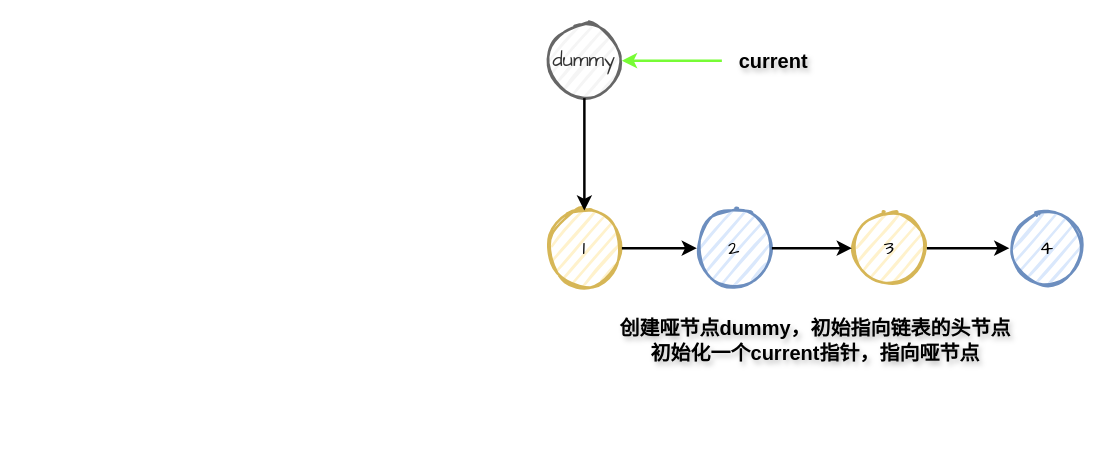
Before: page "Page-2" (2 of 3) of 24-swap-nodes-in-pairs.drawio in LuoSue/sscdn, a draw.io diagram. Source tidied: cells renumbered, new cells numbered last; positions are measured from the earlier drawing's top-left corner, leaving out a move shared by most shapes. Both pictures are drawn from the tidied source at 125%, with x=0, y=0 at pixel (546, 22).
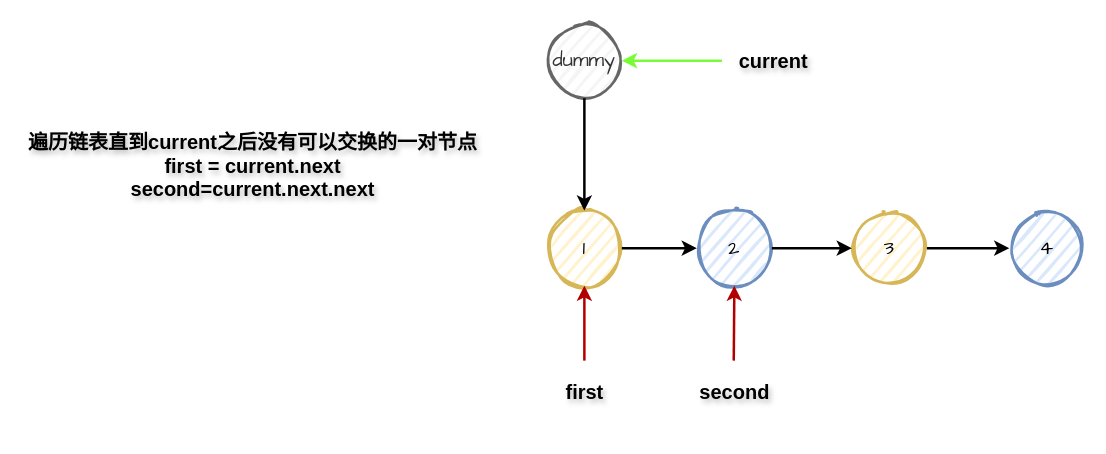
Above is the later version.

What changed in the source:
```diff
@@
 <mxGraphModel>
   <root>
     <mxCell id="0" />
     <mxCell id="1" parent="0" />
     <mxCell id="2" value="1" style="ellipse;whiteSpace=wrap;html=1;strokeWidth=2;fillWeight=2;hachureGap=8;fillColor=#fff2cc;fillStyle=dots;sketch=1;strokeColor=#d6b656;fontFamily=Comic Sans MS;fontSize=16;" parent="1" vertex="1">
       <mxGeometry y="150" width="60" height="60" as="geometry" />
     </mxCell>
     <mxCell id="3" value="2" style="ellipse;whiteSpace=wrap;html=1;strokeWidth=2;fillWeight=2;hachureGap=8;fillColor=#dae8fc;fillStyle=dots;sketch=1;strokeColor=#6c8ebf;fontFamily=Comic Sans MS;fontSize=16;" parent="1" vertex="1">
       <mxGeometry x="120" y="150" width="60" height="60" as="geometry" />
     </mxCell>
     <mxCell id="4" value="3" style="ellipse;whiteSpace=wrap;html=1;strokeWidth=2;fillWeight=2;hachureGap=8;fillColor=#fff2cc;fillStyle=dots;sketch=1;strokeColor=#d6b656;fontFamily=Comic Sans MS;fontSize=16;" parent="1" vertex="1">
       <mxGeometry x="244" y="150" width="60" height="60" as="geometry" />
     </mxCell>
     <mxCell id="5" value="4" style="ellipse;whiteSpace=wrap;html=1;strokeWidth=2;fillWeight=2;hachureGap=8;fillColor=#dae8fc;fillStyle=dots;sketch=1;strokeColor=#6c8ebf;fontFamily=Comic Sans MS;fontSize=16;" parent="1" vertex="1">
       <mxGeometry x="370" y="150" width="60" height="60" as="geometry" />
     </mxCell>
     <mxCell id="6" style="endArrow=classic;html=1;rounded=0;strokeWidth=2;exitX=1;exitY=0.5;exitDx=0;exitDy=0;entryX=0;entryY=0.5;entryDx=0;entryDy=0;" parent="1" edge="1" source="2" target="3">
       <mxGeometry relative="1" as="geometry" />
     </mxCell>
     <mxCell id="7" style="endArrow=classic;html=1;rounded=0;strokeWidth=2;exitX=1;exitY=0.5;exitDx=0;exitDy=0;entryX=0;entryY=0.5;entryDx=0;entryDy=0;" parent="1" edge="1" source="3" target="4">
       <mxGeometry relative="1" as="geometry" />
     </mxCell>
     <mxCell id="8" style="endArrow=classic;html=1;rounded=0;strokeWidth=2;exitX=1;exitY=0.5;exitDx=0;exitDy=0;entryX=0;entryY=0.5;entryDx=0;entryDy=0;" parent="1" edge="1" source="4" target="5">
       <mxGeometry relative="1" as="geometry" />
     </mxCell>
     <mxCell id="9" value="dummy" style="ellipse;whiteSpace=wrap;html=1;strokeWidth=2;fillWeight=2;hachureGap=8;fillColor=#f5f5f5;fillStyle=dots;sketch=1;strokeColor=#666666;fontFamily=Comic Sans MS;fontSize=16;fontColor=#333333;" parent="1" vertex="1">
       <mxGeometry width="60" height="60" as="geometry" />
     </mxCell>
     <mxCell id="10" style="endArrow=classic;html=1;rounded=0;strokeWidth=2;exitX=0.5;exitY=1;exitDx=0;exitDy=0;entryX=0.5;entryY=0;entryDx=0;entryDy=0;" parent="1" edge="1" source="9" target="2">
       <mxGeometry relative="1" as="geometry" />
     </mxCell>
-    <mxCell id="11" value="&lt;b&gt;创建哑节点dummy，初始指向链表的头节点&lt;br&gt;初始化一个current指针，指向哑节点&lt;/b&gt;" style="text;html=1;align=center;verticalAlign=middle;whiteSpace=wrap;rounded=0;fontSize=16;textShadow=1;fontFamily=HarmonyOS Sans;" parent="1" vertex="1">
-      <mxGeometry x="30" y="180" width="370" height="148" as="geometry" />
-    </mxCell>
-    <mxCell id="12" style="endArrow=classic;html=1;rounded=0;strokeWidth=2;entryX=1;entryY=0.5;entryDx=0;entryDy=0;curved=0;strokeColor=#77FC35;" parent="1" edge="1" target="9">
-      <mxGeometry relative="1" as="geometry">
-        <mxPoint x="140" y="30" as="sourcePoint" />
-      </mxGeometry>
-    </mxCell>
+    <mxCell id="14" value="&lt;b&gt;遍历链表直到current之后没有可以交换的一对节点&lt;br&gt;first = current.next&lt;br&gt;second=current.next.next&lt;/b&gt;" style="text;html=1;align=center;verticalAlign=middle;whiteSpace=wrap;rounded=0;fontSize=16;textShadow=1;fontFamily=HarmonyOS Sans;" parent="1" vertex="1">
+      <mxGeometry x="-420" y="40" width="370" height="148" as="geometry" />
+    </mxCell>
+    <mxCell id="15" style="endArrow=classic;html=1;rounded=0;strokeWidth=2;entryX=1;entryY=0.5;entryDx=0;entryDy=0;curved=0;strokeColor=#77FC35;" parent="1" edge="1" target="9">
+      <mxGeometry relative="1" as="geometry">
+        <mxPoint x="140" y="30" as="sourcePoint" />
+      </mxGeometry>
+    </mxCell>
     <mxCell id="13" value="&lt;b&gt;current&lt;/b&gt;" style="text;html=1;align=center;verticalAlign=middle;whiteSpace=wrap;rounded=0;fontSize=16;textShadow=1;fontFamily=HarmonyOS Sans;" parent="1" vertex="1">
       <mxGeometry x="119" y="5" width="125" height="50" as="geometry" />
     </mxCell>
+    <mxCell id="16" style="endArrow=classic;html=1;rounded=0;strokeWidth=2;entryX=0.5;entryY=1;entryDx=0;entryDy=0;fillColor=#e51400;strokeColor=#B20000;" parent="1" edge="1" target="2">
+      <mxGeometry relative="1" as="geometry">
+        <mxPoint x="30" y="270" as="sourcePoint" />
+      </mxGeometry>
+    </mxCell>
+    <mxCell id="17" style="endArrow=classic;html=1;rounded=0;strokeWidth=2;entryX=0.5;entryY=1;entryDx=0;entryDy=0;fillColor=#e51400;strokeColor=#B20000;" parent="1" edge="1" target="3">
+      <mxGeometry relative="1" as="geometry">
+        <mxPoint x="149.5" y="270" as="sourcePoint" />
+      </mxGeometry>
+    </mxCell>
+    <mxCell id="18" value="&lt;font style=&quot;font-size: 16px;&quot;&gt;&lt;b&gt;first&lt;/b&gt;&lt;/font&gt;" style="text;html=1;align=center;verticalAlign=middle;whiteSpace=wrap;rounded=0;fontSize=16;textShadow=1;fontFamily=HarmonyOS Sans;" parent="1" vertex="1">
+      <mxGeometry x="-32.5" y="270" width="125" height="50" as="geometry" />
+    </mxCell>
+    <mxCell id="19" value="&lt;font style=&quot;font-size: 16px;&quot;&gt;&lt;b&gt;second&lt;/b&gt;&lt;/font&gt;" style="text;html=1;align=center;verticalAlign=middle;whiteSpace=wrap;rounded=0;fontSize=16;textShadow=1;fontFamily=HarmonyOS Sans;" parent="1" vertex="1">
+      <mxGeometry x="87.5" y="270" width="125" height="50" as="geometry" />
+    </mxCell>
   </root>
 </mxGraphModel>
```
